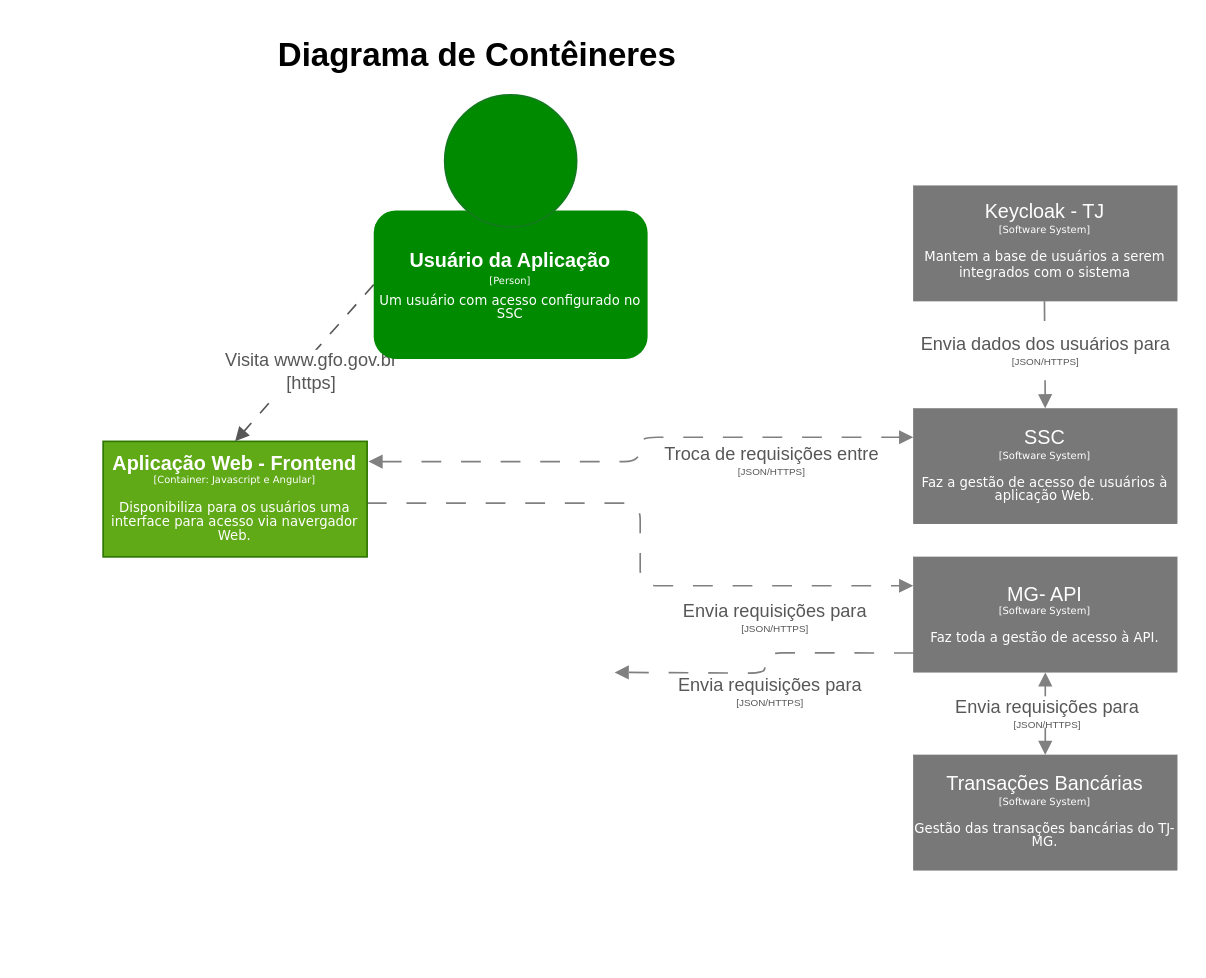
The draw.io diagram drawio/Diagrama Context v1.drawio in vitorecdias/drawio, before the edit. Source tidied: cells renumbered, new cells numbered last; positions are measured from the earlier drawing's top-left corner, leaving out a move shared by most shapes. Both pictures are drawn from the tidied source at 165%, with x=0, y=0 at pixel (102, 28).
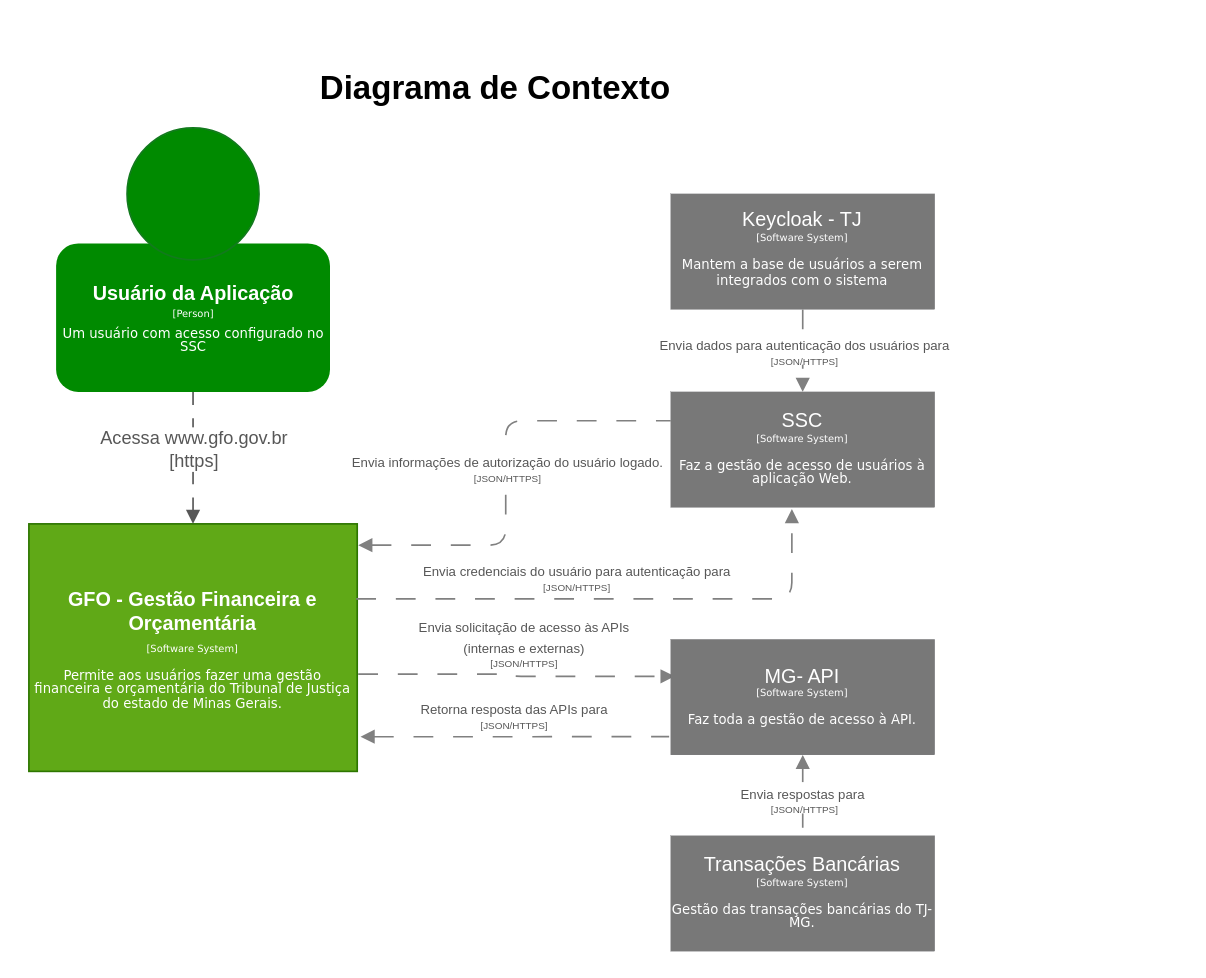
The same diagram, later.

The change refers to these unchanged cells:
```xml
<mxCell id="10" value="&lt;font style=&quot;line-height: 40%;&quot; face=&quot;Helvetica&quot;&gt;&lt;b&gt;&lt;font&gt;Usuário da Aplicação&lt;/font&gt;&lt;/b&gt;&lt;/font&gt;&lt;div style=&quot;line-height: 40%;&quot;&gt;&lt;font style=&quot;font-family: Verdana; font-size: 6px; line-height: 40%;&quot;&gt;[Person]&lt;/font&gt;&lt;/div&gt;&lt;div style=&quot;line-height: 40%;&quot;&gt;&lt;font face=&quot;Verdana&quot;&gt;&lt;span style=&quot;font-size: 6px;&quot;&gt;&lt;br&gt;&lt;/span&gt;&lt;/font&gt;&lt;div style=&quot;line-height: 60%;&quot;&gt;&lt;font style=&quot;font-size: 8px; line-height: 60%;&quot; face=&quot;Verdana&quot;&gt;Um usuário com acesso configurado no SSC&lt;/font&gt;&lt;/div&gt;&lt;/div&gt;" style="rounded=1;whiteSpace=wrap;html=1;fillColor=#008a00;strokeColor=none;fontColor=#ffffff;" parent="9" vertex="1">
  <mxGeometry y="70" width="166" height="90" as="geometry" />
</mxCell>
```

What changed in the source:
```diff
@@
-    <mxCell id="2" value="&lt;font style=&quot;font-size: 20px;&quot;&gt;&lt;b&gt;Diagrama de Contêineres&lt;/b&gt;&lt;/font&gt;" style="text;html=1;align=center;verticalAlign=middle;whiteSpace=wrap;rounded=0;" parent="1" vertex="1">
-      <mxGeometry x="62" width="330" height="30" as="geometry" />
+    <mxCell id="2" value="&lt;font style=&quot;font-size: 20px;&quot;&gt;&lt;b&gt;Diagrama de Contexto&lt;/b&gt;&lt;/font&gt;" style="text;html=1;align=center;verticalAlign=middle;whiteSpace=wrap;rounded=0;" parent="1" vertex="1">
+      <mxGeometry x="73" y="20" width="330" height="30" as="geometry" />
     </mxCell>
-    <mxCell id="3" style="edgeStyle=orthogonalEdgeStyle;rounded=1;jettySize=auto;html=1;curved=0;strokeColor=light-dark(#808080, #ededed);dashed=1;dashPattern=12 12;entryX=0;entryY=0.25;entryDx=0;entryDy=0;endArrow=block;endFill=1;exitX=0.999;exitY=0.534;exitDx=0;exitDy=0;exitPerimeter=0;" parent="1" edge="1" source="5" target="12">
+    <mxCell id="3" style="edgeStyle=orthogonalEdgeStyle;rounded=1;jettySize=auto;html=1;curved=0;strokeColor=light-dark(#808080, #ededed);dashed=1;dashPattern=12 12;entryX=0.015;entryY=0.32;entryDx=0;entryDy=0;endArrow=block;endFill=1;exitX=1.003;exitY=0.607;exitDx=0;exitDy=0;exitPerimeter=0;entryPerimeter=0;" parent="1" edge="1" source="5" target="12">
       <mxGeometry relative="1" as="geometry" />
     </mxCell>
-    <mxCell id="4" value="&lt;font style=&quot;color: rgb(87, 87, 87); line-height: 50%;&quot;&gt;Envia requisições para&lt;/font&gt;&lt;div style=&quot;line-height: 50%;&quot;&gt;&lt;font style=&quot;font-size: 6px; color: rgb(87, 87, 87); line-height: 50%;&quot;&gt;[JSON/HTTPS]&lt;/font&gt;&lt;/div&gt;" style="edgeLabel;html=1;align=center;verticalAlign=middle;" parent="3" vertex="1">
+    <mxCell id="4" value="&lt;font style=&quot;color: rgb(87, 87, 87); font-size: 8px; line-height: 30%;&quot;&gt;Envia solicitação de acesso às APIs&lt;br&gt;(internas e externas)&lt;/font&gt;&lt;div style=&quot;line-height: 20%;&quot;&gt;&lt;font style=&quot;font-size: 6px; color: rgb(87, 87, 87); line-height: 20%;&quot;&gt;[JSON/HTTPS]&lt;/font&gt;&lt;/div&gt;" style="edgeLabel;html=1;align=center;verticalAlign=middle;" parent="3" vertex="1">
       <mxGeometry x="-0.14" relative="1" as="geometry">
-        <mxPoint x="80" y="113" as="offset" />
+        <mxPoint x="17" y="-21" as="offset" />
       </mxGeometry>
     </mxCell>
-    <mxCell id="5" value="&lt;div style=&quot;line-height: 70%;&quot;&gt;&lt;font&gt;&lt;b&gt;Aplicação Web - Frontend&lt;/b&gt;&lt;/font&gt;&lt;div&gt;&lt;font face=&quot;Verdana&quot; style=&quot;font-size: 6px; line-height: 70%;&quot;&gt;[Container: Javascript e Angular]&lt;/font&gt;&lt;/div&gt;&lt;div&gt;&lt;font face=&quot;Verdana&quot; style=&quot;font-size: 6px; line-height: 70%;&quot;&gt;&lt;br&gt;&lt;/font&gt;&lt;/div&gt;&lt;div&gt;&lt;font face=&quot;Verdana&quot; style=&quot;line-height: 70%; font-size: 8px;&quot;&gt;Disponibiliza para os usuários uma interface para acesso via navergador Web.&lt;/font&gt;&lt;/div&gt;&lt;/div&gt;" style="rounded=0;whiteSpace=wrap;html=1;fillColor=#60a917;fontColor=#ffffff;strokeColor=#2D7600;" parent="1" vertex="1">
-      <mxGeometry y="250" width="160" height="70" as="geometry" />
+    <mxCell id="5" value="&lt;div style=&quot;line-height: 70%;&quot;&gt;&lt;font&gt;&lt;b style=&quot;line-height: 130%;&quot;&gt;GFO - Gestão Financeira e Orçamentária&lt;/b&gt;&lt;/font&gt;&lt;div&gt;&lt;font face=&quot;Verdana&quot; style=&quot;font-size: 6px; line-height: 70%;&quot;&gt;[Software System]&lt;/font&gt;&lt;/div&gt;&lt;div&gt;&lt;font face=&quot;Verdana&quot; style=&quot;font-size: 6px; line-height: 70%;&quot;&gt;&lt;br&gt;&lt;/font&gt;&lt;/div&gt;&lt;div&gt;&lt;font face=&quot;Verdana&quot; style=&quot;line-height: 70%; font-size: 8px;&quot;&gt;Permite aos usuários fazer uma gestão financeira e orçamentária do Tribunal de Justiça do estado de Minas Gerais.&lt;/font&gt;&lt;/div&gt;&lt;/div&gt;" style="rounded=0;whiteSpace=wrap;html=1;fillColor=#60a917;fontColor=#ffffff;strokeColor=#2D7600;" parent="1" vertex="1">
+      <mxGeometry x="-45" y="300" width="199" height="150" as="geometry" />
     </mxCell>
     <mxCell id="6" value="&lt;div style=&quot;line-height: 70%;&quot;&gt;SSC&lt;br&gt;&lt;div&gt;&lt;font style=&quot;font-size: 6px; line-height: 70%;&quot; face=&quot;Verdana&quot;&gt;[Software System]&lt;/font&gt;&lt;/div&gt;&lt;div&gt;&lt;font style=&quot;font-size: 6px; line-height: 70%;&quot; face=&quot;Verdana&quot;&gt;&lt;br&gt;&lt;/font&gt;&lt;/div&gt;&lt;div&gt;&lt;font style=&quot;line-height: 70%; font-size: 8px;&quot; face=&quot;Verdana&quot;&gt;Faz a gestão de acesso de usuários à aplicação Web.&lt;/font&gt;&lt;/div&gt;&lt;/div&gt;" style="rounded=0;whiteSpace=wrap;html=1;fillColor=light-dark(#787878, #515151);strokeColor=#36393d;fontColor=#FFFFFF;strokeWidth=0;" parent="1" vertex="1">
-      <mxGeometry x="491" y="230" width="160" height="70" as="geometry" />
+      <mxGeometry x="344" y="220" width="160" height="70" as="geometry" />
     </mxCell>
-    <mxCell id="7" style="endArrow=block;html=1;rounded=0;exitX=0;exitY=0.5;exitDx=0;exitDy=0;entryX=0.5;entryY=0;entryDx=0;entryDy=0;dashed=1;dashPattern=8 8;strokeColor=#575757;endFill=1;" parent="1" edge="1" source="10" target="5">
+    <mxCell id="7" style="endArrow=block;html=1;rounded=0;exitX=0.5;exitY=1;exitDx=0;exitDy=0;entryX=0.5;entryY=0;entryDx=0;entryDy=0;dashed=1;dashPattern=8 8;strokeColor=#575757;endFill=1;" parent="1" edge="1" source="10" target="5">
       <mxGeometry relative="1" as="geometry" />
     </mxCell>
-    <mxCell id="8" value="&lt;font style=&quot;color: rgb(87, 87, 87);&quot;&gt;Visita www.gfo.gov.br&lt;/font&gt;&lt;div&gt;&lt;font style=&quot;color: rgb(87, 87, 87);&quot;&gt;[https]&lt;/font&gt;&lt;/div&gt;" style="edgeLabel;html=1;align=center;verticalAlign=middle;" parent="7" vertex="1">
+    <mxCell id="8" value="&lt;font style=&quot;color: rgb(87, 87, 87);&quot;&gt;Acessa www.gfo.gov.br&lt;/font&gt;&lt;div&gt;&lt;font style=&quot;color: rgb(87, 87, 87);&quot;&gt;[https]&lt;/font&gt;&lt;/div&gt;" style="edgeLabel;html=1;align=center;verticalAlign=middle;" parent="7" vertex="1">
       <mxGeometry x="-0.37" relative="1" as="geometry">
-        <mxPoint x="-12" y="23" as="offset" />
+        <mxPoint y="9" as="offset" />
       </mxGeometry>
     </mxCell>
     <mxCell id="9" style="group;" parent="1" vertex="1">
-      <mxGeometry x="164" y="40" width="166" height="160" as="geometry" />
+      <mxGeometry x="-28.5" y="60" width="166" height="160" as="geometry" />
     </mxCell>
@@
     <mxCell id="12" value="&lt;div style=&quot;line-height: 70%;&quot;&gt;&lt;div&gt;&lt;font style=&quot;line-height: 70%;&quot;&gt;MG- API&lt;/font&gt;&lt;/div&gt;&lt;div&gt;&lt;font style=&quot;font-size: 6px; line-height: 70%;&quot; face=&quot;Verdana&quot;&gt;[Software System]&lt;/font&gt;&lt;/div&gt;&lt;div&gt;&lt;font style=&quot;font-size: 6px; line-height: 70%;&quot; face=&quot;Verdana&quot;&gt;&lt;br&gt;&lt;/font&gt;&lt;/div&gt;&lt;div&gt;&lt;font style=&quot;line-height: 70%; font-size: 8px;&quot; face=&quot;Verdana&quot;&gt;Faz toda a gestão de acesso à API.&lt;/font&gt;&lt;/div&gt;&lt;/div&gt;" style="rounded=0;whiteSpace=wrap;html=1;fillColor=light-dark(#787878, #515151);strokeColor=#36393d;fontColor=#FFFFFF;strokeWidth=0;" parent="1" vertex="1">
-      <mxGeometry x="491" y="320" width="160" height="70" as="geometry" />
+      <mxGeometry x="344" y="370" width="160" height="70" as="geometry" />
     </mxCell>
     <mxCell id="13" value="&lt;div style=&quot;line-height: 70%;&quot;&gt;&lt;div&gt;&lt;font style=&quot;line-height: 70%;&quot;&gt;Transações Bancárias&lt;/font&gt;&lt;/div&gt;&lt;div&gt;&lt;font style=&quot;font-size: 6px; line-height: 70%;&quot; face=&quot;Verdana&quot;&gt;[Software System]&lt;/font&gt;&lt;/div&gt;&lt;div&gt;&lt;font style=&quot;font-size: 6px; line-height: 70%;&quot; face=&quot;Verdana&quot;&gt;&lt;br&gt;&lt;/font&gt;&lt;/div&gt;&lt;div&gt;&lt;font style=&quot;line-height: 70%; font-size: 8px;&quot; face=&quot;Verdana&quot;&gt;Gestão das transações bancárias do TJ-MG.&lt;/font&gt;&lt;/div&gt;&lt;/div&gt;" style="rounded=0;whiteSpace=wrap;html=1;fillColor=light-dark(#787878, #515151);strokeColor=#36393d;fontColor=#FFFFFF;strokeWidth=0;" parent="1" vertex="1">
-      <mxGeometry x="491" y="440" width="160" height="70" as="geometry" />
+      <mxGeometry x="344" y="489" width="160" height="70" as="geometry" />
     </mxCell>
-    <mxCell id="14" style="edgeStyle=orthogonalEdgeStyle;rounded=1;jettySize=auto;html=1;curved=0;strokeColor=light-dark(#808080, #ededed);dashed=1;dashPattern=12 12;entryX=1;entryY=0.5;entryDx=0;entryDy=0;exitX=0.002;exitY=0.832;exitDx=0;exitDy=0;endArrow=block;endFill=1;exitPerimeter=0;" parent="1" edge="1" source="12">
-      <mxGeometry relative="1" as="geometry">
-        <mxPoint x="310" y="390" as="targetPoint" />
-      </mxGeometry>
-    </mxCell>
-    <mxCell id="15" value="&lt;font style=&quot;color: rgb(87, 87, 87); line-height: 50%;&quot;&gt;Envia requisições para&lt;/font&gt;&lt;div style=&quot;line-height: 50%;&quot;&gt;&lt;font style=&quot;font-size: 6px; color: rgb(87, 87, 87); line-height: 50%;&quot;&gt;[JSON/HTTPS]&lt;/font&gt;&lt;/div&gt;" style="edgeLabel;html=1;align=center;verticalAlign=middle;" parent="14" vertex="1">
-      <mxGeometry x="-0.14" relative="1" as="geometry">
-        <mxPoint x="-2" y="-23" as="offset" />
-      </mxGeometry>
-    </mxCell>
-    <mxCell id="16" style="edgeStyle=orthogonalEdgeStyle;rounded=1;jettySize=auto;html=1;curved=0;strokeColor=light-dark(#808080, #ededed);dashed=1;dashPattern=12 12;entryX=0.5;entryY=0;entryDx=0;entryDy=0;exitX=0.5;exitY=1;exitDx=0;exitDy=0;endArrow=block;endFill=1;startArrow=block;startFill=1;" parent="1" edge="1" source="12" target="13">
+    <mxCell id="16" style="edgeStyle=orthogonalEdgeStyle;rounded=1;jettySize=auto;html=1;curved=0;strokeColor=light-dark(#808080, #ededed);dashed=1;dashPattern=12 12;entryX=0.5;entryY=0;entryDx=0;entryDy=0;exitX=0.5;exitY=1;exitDx=0;exitDy=0;endArrow=none;endFill=1;startArrow=block;startFill=1;" parent="1" edge="1" source="12" target="13">
       <mxGeometry relative="1" as="geometry" />
     </mxCell>
-    <mxCell id="17" value="&lt;font style=&quot;color: rgb(87, 87, 87); line-height: 50%;&quot;&gt;Envia requisições para&lt;/font&gt;&lt;div style=&quot;line-height: 50%;&quot;&gt;&lt;font style=&quot;font-size: 6px; color: rgb(87, 87, 87); line-height: 50%;&quot;&gt;[JSON/HTTPS]&lt;/font&gt;&lt;/div&gt;" style="edgeLabel;html=1;align=center;verticalAlign=middle;" parent="16" vertex="1">
+    <mxCell id="17" value="&lt;font style=&quot;color: rgb(87, 87, 87); line-height: 50%; font-size: 8px;&quot;&gt;Envia respostas para&amp;nbsp;&lt;/font&gt;&lt;div style=&quot;line-height: 50%;&quot;&gt;&lt;font style=&quot;font-size: 6px; color: rgb(87, 87, 87); line-height: 50%;&quot;&gt;[JSON/HTTPS]&lt;/font&gt;&lt;/div&gt;" style="edgeLabel;html=1;align=center;verticalAlign=middle;" parent="16" vertex="1">
       <mxGeometry x="-0.14" relative="1" as="geometry">
-        <mxPoint y="1" as="offset" />
+        <mxPoint y="4" as="offset" />
       </mxGeometry>
     </mxCell>
-    <mxCell id="18" style="edgeStyle=orthogonalEdgeStyle;rounded=1;jettySize=auto;html=1;curved=0;strokeColor=light-dark(#808080, #ededed);dashed=1;dashPattern=12 12;entryX=0;entryY=0.25;entryDx=0;entryDy=0;exitX=1.005;exitY=0.175;exitDx=0;exitDy=0;endArrow=block;endFill=1;startArrow=block;startFill=1;exitPerimeter=0;" parent="1" edge="1" source="5" target="6">
-      <mxGeometry relative="1" as="geometry" />
+    <mxCell id="18" style="edgeStyle=orthogonalEdgeStyle;rounded=1;jettySize=auto;html=1;curved=0;strokeColor=light-dark(#808080, #ededed);dashed=1;dashPattern=12 12;entryX=0;entryY=0.25;entryDx=0;entryDy=0;exitX=1.003;exitY=0.086;exitDx=0;exitDy=0;endArrow=none;endFill=1;startArrow=block;startFill=1;exitPerimeter=0;" parent="1" edge="1" source="5" target="6">
+      <mxGeometry relative="1" as="geometry">
+        <Array as="points">
+          <mxPoint x="244" y="313" />
+          <mxPoint x="244" y="238" />
+        </Array>
+      </mxGeometry>
     </mxCell>
-    <mxCell id="19" value="&lt;font style=&quot;color: rgb(87, 87, 87); line-height: 50%;&quot;&gt;Troca de requisições entre&lt;/font&gt;&lt;div style=&quot;line-height: 50%;&quot;&gt;&lt;font style=&quot;font-size: 6px; color: rgb(87, 87, 87); line-height: 50%;&quot;&gt;[JSON/HTTPS]&lt;/font&gt;&lt;/div&gt;" style="edgeLabel;html=1;align=center;verticalAlign=middle;" parent="18" vertex="1">
+    <mxCell id="19" value="&lt;font style=&quot;color: rgb(87, 87, 87); line-height: 50%; font-size: 8px;&quot;&gt;Envia informações de autorização do usuário logado.&lt;/font&gt;&lt;div style=&quot;line-height: 50%;&quot;&gt;&lt;font style=&quot;font-size: 6px; color: rgb(87, 87, 87); line-height: 50%;&quot;&gt;[JSON/HTTPS]&lt;/font&gt;&lt;/div&gt;" style="edgeLabel;html=1;align=center;verticalAlign=middle;" parent="18" vertex="1">
       <mxGeometry x="-0.14" relative="1" as="geometry">
-        <mxPoint x="96" y="-2" as="offset" />
+        <mxPoint y="-24" as="offset" />
       </mxGeometry>
     </mxCell>
     <mxCell id="20" value="&lt;div style=&quot;line-height: 70%;&quot;&gt;Keycloak - TJ&lt;br&gt;&lt;div&gt;&lt;font style=&quot;font-size: 6px; line-height: 70%;&quot; face=&quot;Verdana&quot;&gt;[Software System]&lt;/font&gt;&lt;/div&gt;&lt;div&gt;&lt;font style=&quot;font-size: 6px; line-height: 70%;&quot; face=&quot;Verdana&quot;&gt;&lt;br&gt;&lt;/font&gt;&lt;/div&gt;&lt;div&gt;&lt;font face=&quot;Verdana&quot;&gt;&lt;span style=&quot;font-size: 8px;&quot;&gt;Mantem a base de usuários a serem integrados com o sistema&lt;/span&gt;&lt;/font&gt;&lt;/div&gt;&lt;/div&gt;" style="rounded=0;whiteSpace=wrap;html=1;fillColor=light-dark(#787878, #515151);strokeColor=#36393d;fontColor=#FFFFFF;strokeWidth=0;" parent="1" vertex="1">
-      <mxGeometry x="491" y="95" width="160" height="70" as="geometry" />
+      <mxGeometry x="344" y="100" width="160" height="70" as="geometry" />
     </mxCell>
-    <mxCell id="21" style="edgeStyle=orthogonalEdgeStyle;rounded=1;jettySize=auto;html=1;curved=0;strokeColor=light-dark(#808080, #ededed);dashed=1;dashPattern=12 12;exitX=0.5;exitY=1;exitDx=0;exitDy=0;endArrow=block;endFill=1;startArrow=none;startFill=0;entryX=0.5;entryY=0;entryDx=0;entryDy=0;" parent="1" edge="1" target="6">
-      <mxGeometry relative="1" as="geometry">
-        <mxPoint x="570.5" y="165" as="sourcePoint" />
-      </mxGeometry>
+    <mxCell id="21" style="edgeStyle=orthogonalEdgeStyle;rounded=1;jettySize=auto;html=1;curved=0;strokeColor=light-dark(#808080, #ededed);dashed=1;dashPattern=12 12;endArrow=block;endFill=1;startArrow=none;startFill=0;entryX=0.5;entryY=0;entryDx=0;entryDy=0;exitX=0.5;exitY=1;exitDx=0;exitDy=0;" parent="1" edge="1" source="20" target="6">
+      <mxGeometry relative="1" as="geometry" />
     </mxCell>
-    <mxCell id="22" value="&lt;font style=&quot;color: rgb(87, 87, 87); line-height: 50%;&quot;&gt;Envia dados dos usuários para&lt;/font&gt;&lt;div style=&quot;line-height: 50%;&quot;&gt;&lt;font style=&quot;font-size: 6px; color: rgb(87, 87, 87); line-height: 50%;&quot;&gt;[JSON/HTTPS]&lt;/font&gt;&lt;/div&gt;" style="edgeLabel;html=1;align=center;verticalAlign=middle;" parent="21" vertex="1">
+    <mxCell id="22" value="&lt;font style=&quot;color: rgb(87, 87, 87); line-height: 50%; font-size: 8px;&quot;&gt;Envia dados para autenticação dos usuários para&lt;/font&gt;&lt;div style=&quot;line-height: 50%;&quot;&gt;&lt;font style=&quot;font-size: 6px; color: rgb(87, 87, 87); line-height: 50%;&quot;&gt;[JSON/HTTPS]&lt;/font&gt;&lt;/div&gt;" style="edgeLabel;html=1;align=center;verticalAlign=middle;" parent="21" vertex="1">
       <mxGeometry x="-0.14" relative="1" as="geometry">
         <mxPoint y="1" as="offset" />
       </mxGeometry>
     </mxCell>
+    <mxCell id="23" style="edgeStyle=orthogonalEdgeStyle;rounded=1;jettySize=auto;html=1;curved=0;strokeColor=light-dark(#808080, #ededed);dashed=1;dashPattern=12 12;entryX=0.459;entryY=1.015;entryDx=0;entryDy=0;exitX=0.997;exitY=0.303;exitDx=0;exitDy=0;endArrow=block;endFill=1;startArrow=none;startFill=0;entryPerimeter=0;exitPerimeter=0;" parent="1" edge="1" source="5" target="6">
+      <mxGeometry relative="1" as="geometry" />
+    </mxCell>
+    <mxCell id="24" value="&lt;font color=&quot;#575757&quot;&gt;&lt;span style=&quot;font-size: 8px;&quot;&gt;Envia credenciais do usuário para autenticação para&lt;/span&gt;&lt;/font&gt;&lt;br&gt;&lt;div style=&quot;line-height: 50%;&quot;&gt;&lt;font style=&quot;font-size: 6px; color: rgb(87, 87, 87); line-height: 50%;&quot;&gt;[JSON/HTTPS]&lt;/font&gt;&lt;/div&gt;" style="edgeLabel;html=1;align=center;verticalAlign=middle;" parent="23" vertex="1">
+      <mxGeometry x="-0.14" relative="1" as="geometry">
+        <mxPoint x="-4" y="-15" as="offset" />
+      </mxGeometry>
+    </mxCell>
+    <mxCell id="25" style="edgeStyle=orthogonalEdgeStyle;rounded=1;jettySize=auto;html=1;curved=0;strokeColor=light-dark(#808080, #ededed);dashed=1;dashPattern=12 12;entryX=-0.006;entryY=0.842;entryDx=0;entryDy=0;endArrow=none;endFill=1;exitX=1.01;exitY=0.86;exitDx=0;exitDy=0;startArrow=block;startFill=1;entryPerimeter=0;exitPerimeter=0;" parent="1" edge="1" source="5" target="12">
+      <mxGeometry relative="1" as="geometry" />
+    </mxCell>
+    <mxCell id="26" value="&lt;font style=&quot;color: rgb(87, 87, 87); line-height: 50%; font-size: 8px;&quot;&gt;Retorna resposta das APIs para&lt;/font&gt;&lt;div style=&quot;line-height: 50%;&quot;&gt;&lt;font style=&quot;font-size: 6px; color: rgb(87, 87, 87); line-height: 50%;&quot;&gt;[JSON/HTTPS]&lt;/font&gt;&lt;/div&gt;" style="edgeLabel;html=1;align=center;verticalAlign=middle;" parent="25" vertex="1">
+      <mxGeometry x="-0.14" relative="1" as="geometry">
+        <mxPoint x="13" y="-15" as="offset" />
+      </mxGeometry>
+    </mxCell>
```
